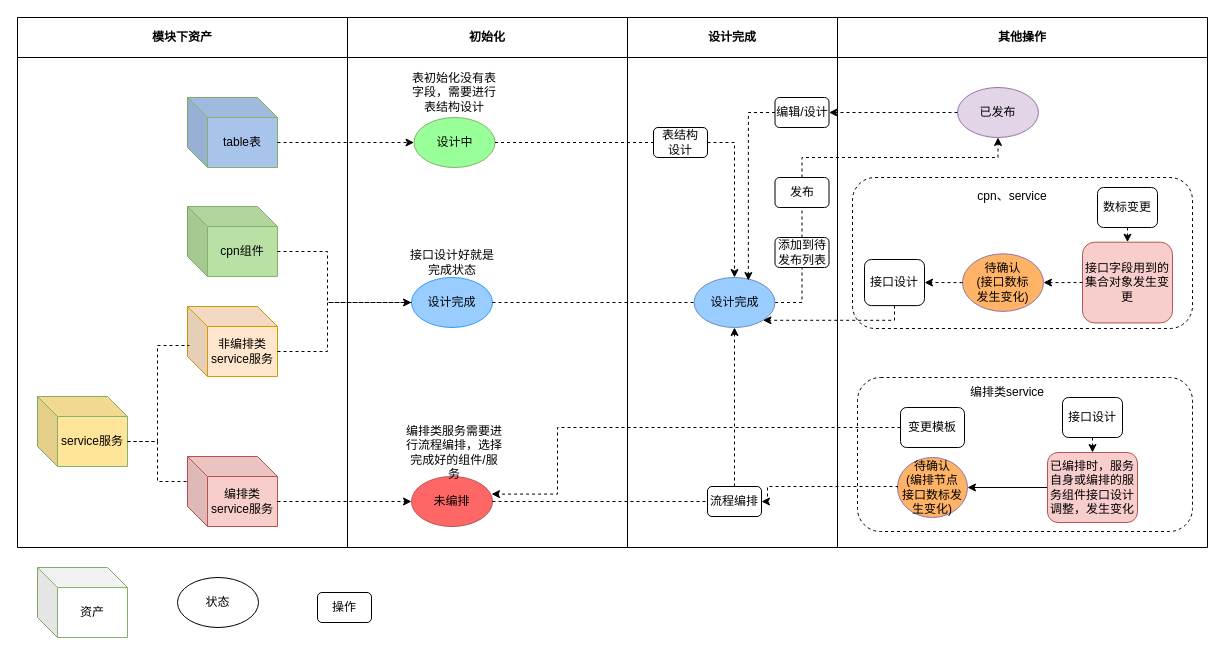
This is 未命名绘图.drawio from Adams-lm/draw-io, a draw.io file, before an edit. Source tidied: cells renumbered, new cells numbered last; positions are measured from the earlier drawing's top-left corner, leaving out a move shared by most shapes. Both pictures are drawn from the tidied source at 100%, with x=0, y=0 at pixel (17, 17).
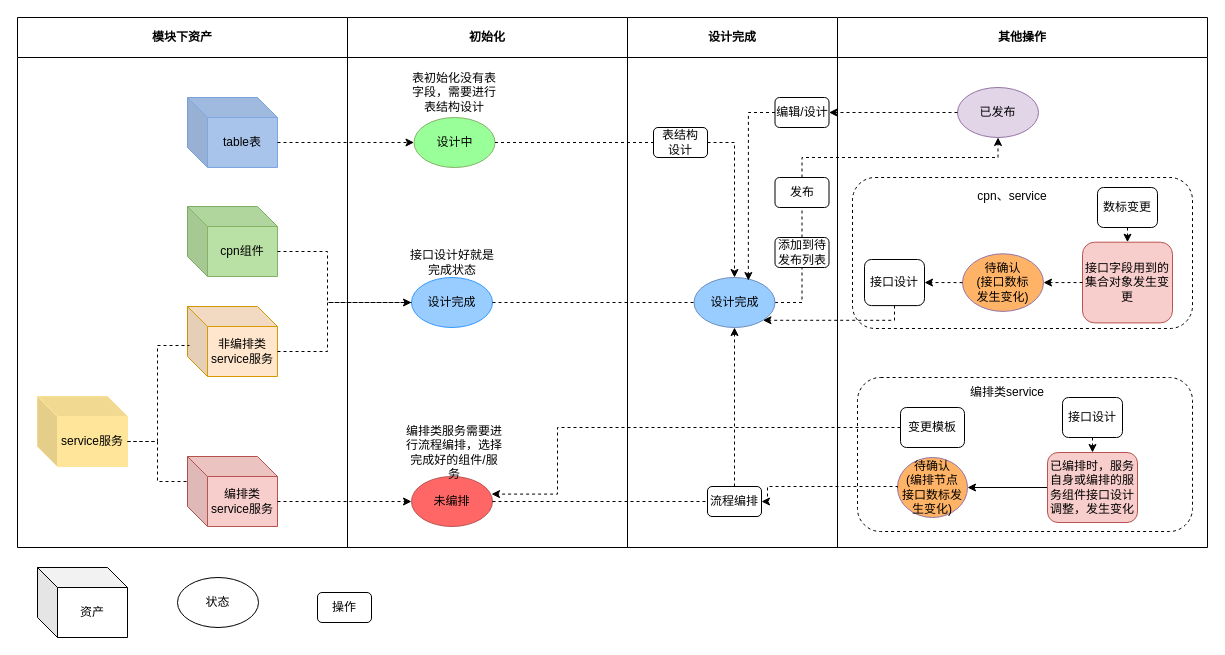
The same page after the edit.

Commit message:
资产状态图.drawio

Unchanged cells that the change refers to:
```xml
<mxCell id="9" value="模块下资产" style="swimlane;whiteSpace=wrap;html=1;startSize=40;" parent="1" vertex="1">
  <mxGeometry width="330" height="530" as="geometry" />
</mxCell>
```

Change to the diagram source:
```diff
@@
-    <mxCell id="10" value="service服务" style="shape=cube;whiteSpace=wrap;html=1;boundedLbl=1;backgroundOutline=1;darkOpacity=0.05;darkOpacity2=0.1;fillColor=#FFE599;strokeColor=#82b366;" parent="9" vertex="1">
+    <mxCell id="10" value="service服务" style="shape=cube;whiteSpace=wrap;html=1;boundedLbl=1;backgroundOutline=1;darkOpacity=0.05;darkOpacity2=0.1;fillColor=#FFE599;strokeColor=#FFE599;" parent="9" vertex="1">
       <mxGeometry x="20" y="379" width="90" height="70" as="geometry" />
     </mxCell>
@@
-    <mxCell id="14" value="table表" style="shape=cube;whiteSpace=wrap;html=1;boundedLbl=1;backgroundOutline=1;darkOpacity=0.05;darkOpacity2=0.1;fillColor=#A9C4EB;strokeColor=#82b366;" parent="9" vertex="1">
+    <mxCell id="14" value="table表" style="shape=cube;whiteSpace=wrap;html=1;boundedLbl=1;backgroundOutline=1;darkOpacity=0.05;darkOpacity2=0.1;fillColor=#A9C4EB;strokeColor=#7EA6E0;" parent="9" vertex="1">
       <mxGeometry x="170" y="80" width="90" height="70" as="geometry" />
     </mxCell>
@@
-    <mxCell id="60" value="资产" style="shape=cube;whiteSpace=wrap;html=1;boundedLbl=1;backgroundOutline=1;darkOpacity=0.05;darkOpacity2=0.1;fillColor=#FFFFFF;strokeColor=#82b366;" parent="1" vertex="1">
+    <mxCell id="60" value="资产" style="shape=cube;whiteSpace=wrap;html=1;boundedLbl=1;backgroundOutline=1;darkOpacity=0.05;darkOpacity2=0.1;fillColor=#FFFFFF;strokeColor=#000000;" parent="1" vertex="1">
       <mxGeometry x="20" y="550" width="90" height="70" as="geometry" />
     </mxCell>
```
